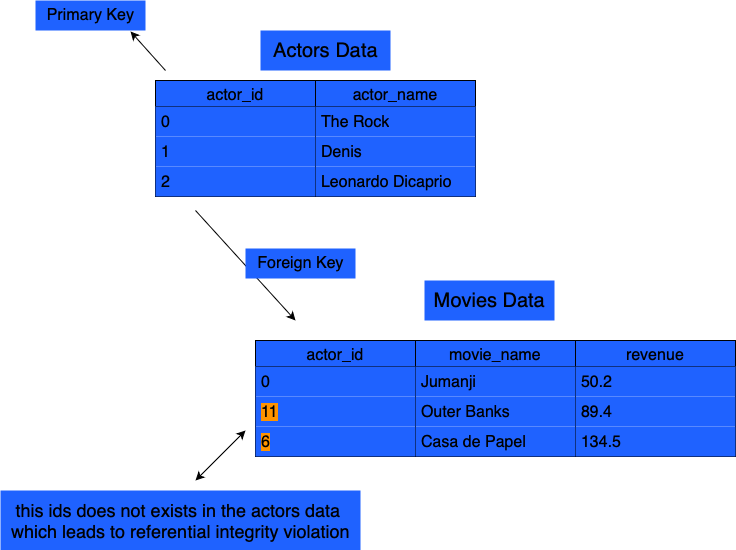
This is Referential_Integrity_ex.drawio.png from den012/Databases, a draw.io export, as it was before one commit. Source tidied: cells renumbered, new cells last; positions are measured from the earlier drawing's top-left corner, leaving out a move shared by most shapes.
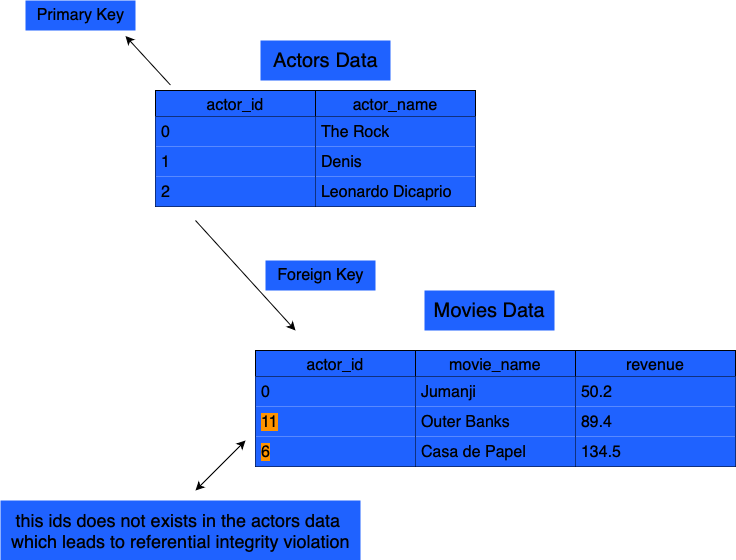
Above is the later version.

The edit, as a diff of the source:
```diff
@@ -68,13 +68,14 @@
     <mxCell id="23" value="Movies Data" style="text;html=1;align=center;verticalAlign=middle;strokeColor=none;fillColor=#1F62FF;fontSize=20;" parent="1" vertex="1">
       <mxGeometry x="424" y="280" width="130" height="40" as="geometry" />
     </mxCell>
-    <mxCell id="24" style="endArrow=classic;html=1;rounded=0;entryX=0.864;entryY=1.033;entryDx=0;entryDy=0;entryPerimeter=0;fillColor=#1F62FF;" parent="1" edge="1" target="25">
+    <mxCell id="24" style="endArrow=classic;html=1;rounded=0;entryX=0.864;entryY=1.033;entryDx=0;entryDy=0;entryPerimeter=0;fillColor=#FF3333;labelBackgroundColor=#ff2600;fontColor=#ff2600;" parent="1" edge="1">
       <mxGeometry relative="1" as="geometry">
-        <mxPoint x="165" y="70" as="sourcePoint" />
+        <mxPoint x="170" y="74.5" as="sourcePoint" />
+        <mxPoint x="125" y="25.5" as="targetPoint" />
       </mxGeometry>
     </mxCell>
     <mxCell id="25" value="&lt;font style=&quot;font-size: 16px;&quot;&gt;Primary Key&lt;/font&gt;" style="text;html=1;align=center;verticalAlign=middle;points=[];strokeColor=none;fillColor=#1F62FF;" parent="1" vertex="1">
-      <mxGeometry x="35" width="110" height="30" as="geometry" />
+      <mxGeometry x="25" y="-10" width="110" height="30" as="geometry" />
     </mxCell>
     <mxCell id="26" style="endArrow=classic;html=1;rounded=0;fillColor=#1F62FF;" parent="1" edge="1">
       <mxGeometry relative="1" as="geometry">
@@ -83,7 +84,7 @@
       </mxGeometry>
     </mxCell>
     <mxCell id="27" value="&lt;font style=&quot;font-size: 16px;&quot;&gt;Foreign Key&lt;/font&gt;" style="text;html=1;align=center;verticalAlign=middle;strokeColor=none;fillColor=#1F62FF;" parent="1" vertex="1">
-      <mxGeometry x="245" y="248" width="110" height="30" as="geometry" />
+      <mxGeometry x="265" y="250" width="110" height="30" as="geometry" />
     </mxCell>
     <mxCell id="28" style="endArrow=classic;startArrow=classic;html=1;rounded=0;fillColor=#1F62FF;" parent="1" edge="1">
       <mxGeometry relative="1" as="geometry">
```
